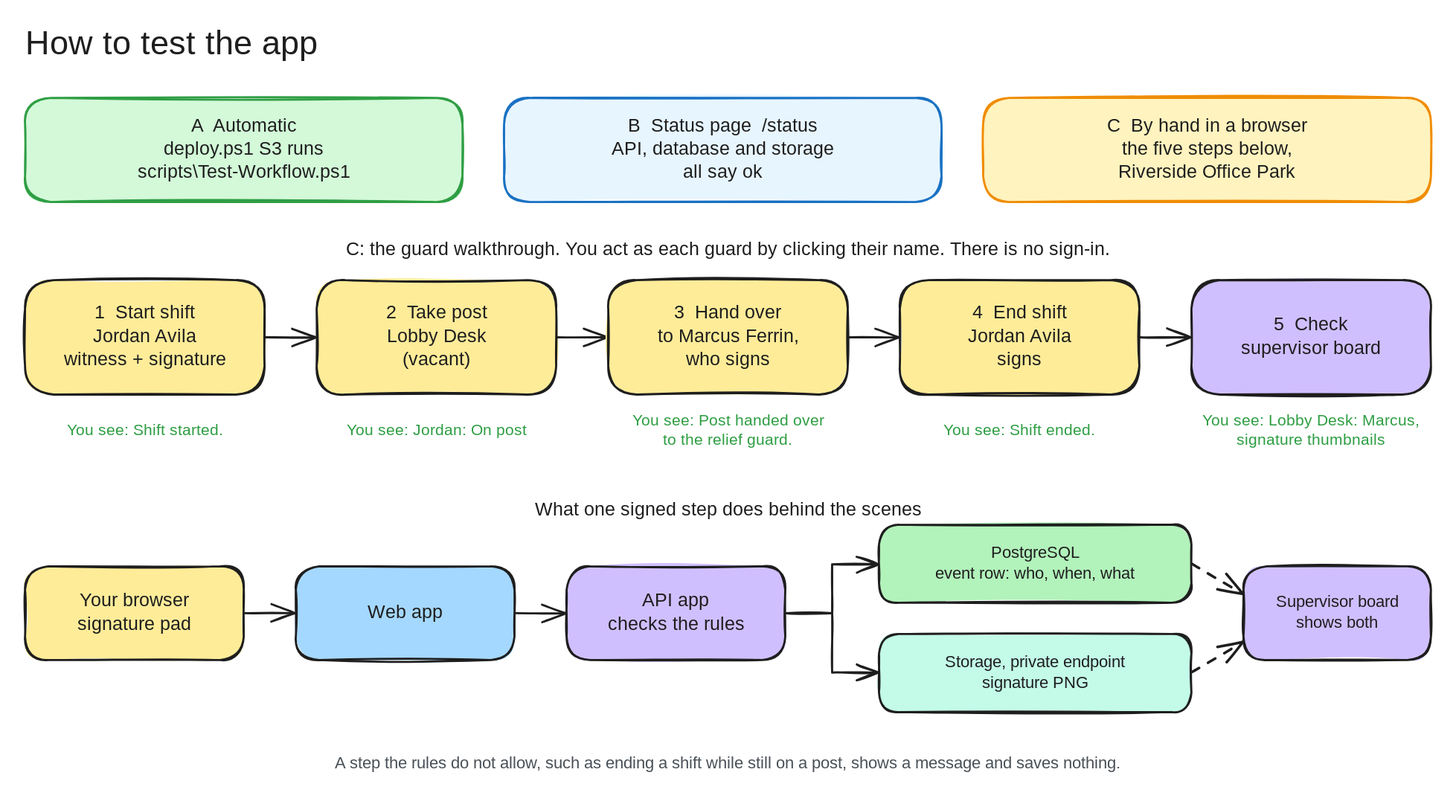
Above: docs/diagrams/test-flow.excalidraw.svg in lenvolk/guard-timekeeping (Excalidraw), before the change. Source tidied: one line per element, renumbered; positions are measured from the earlier drawing's top-left corner, leaving out a move shared by most shapes.
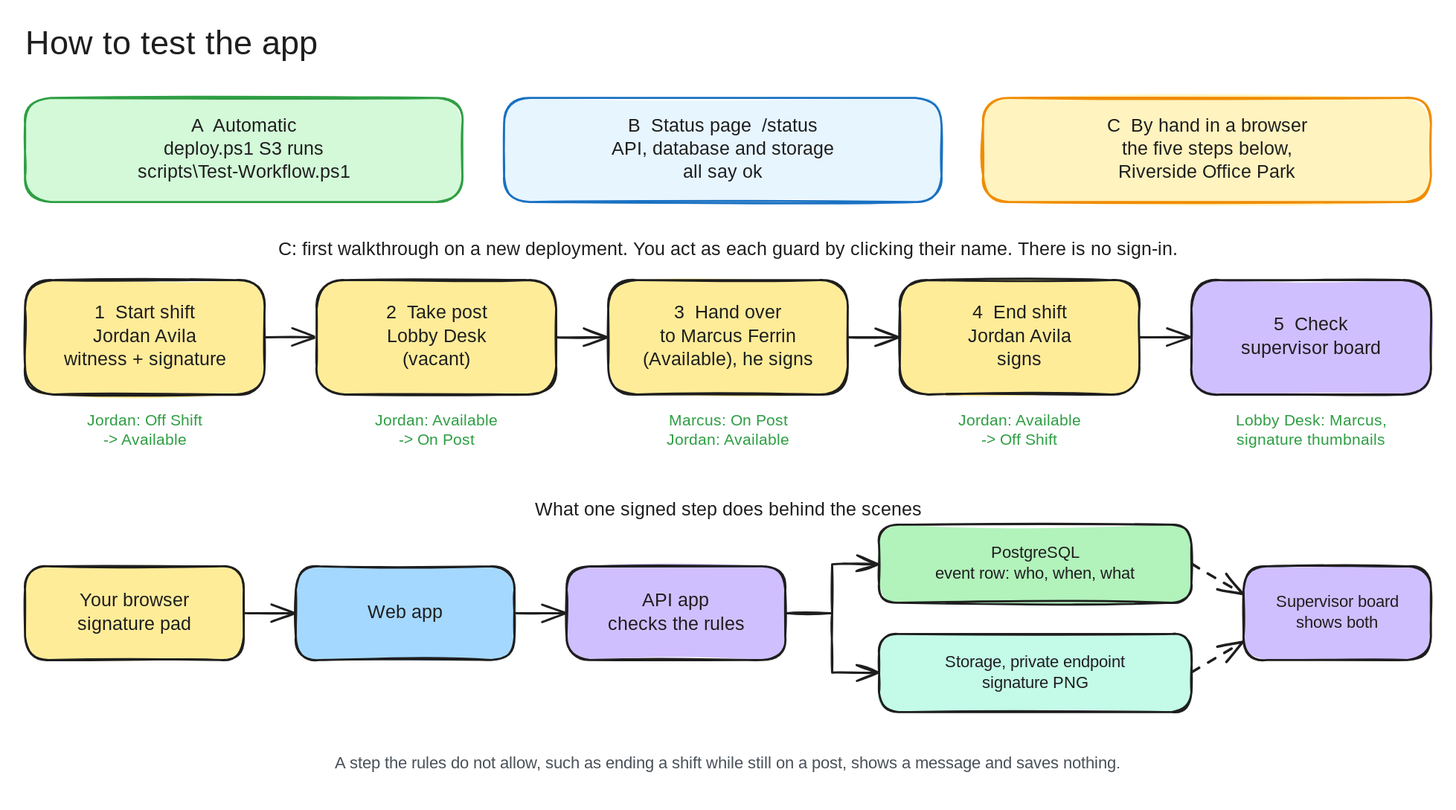
Later version of the same file.

Commit message:
refactor(diagrams): update shift process steps and captions for clarity

- Revised the descriptions in the shift process steps to better reflect the actions taken by the guards.
- Enhanced the caption for the guard walkthrough to specify that it is the first walkthrough on a new deployment.
- Simplified the display of the "You see" messages for each step.

Change to the diagram source:
```diff
@@ -34,17 +34,17 @@
 {"id": 33, "type": "text", "text": "A  Automatic\ndeploy.ps1 S3 runs\nscripts\\Test-Workflow.ps1", "strokeColor": "#1e1e1e", "strokeWidth": 2, "roughness": 1, "fontSize": 18, "fontFamily": 5, "textAlign": "center", "verticalAlign": "middle", "inside": 1, "x": 109, "y": 86, "width": 201, "height": 68}
 {"id": 34, "type": "text", "text": "B  Status page  /status\nAPI, database and storage\nall say ok", "strokeColor": "#1e1e1e", "strokeWidth": 2, "roughness": 1, "fontSize": 18, "fontFamily": 5, "textAlign": "center", "verticalAlign": "middle", "inside": 2, "x": 567, "y": 86, "width": 206, "height": 68}
 {"id": 35, "type": "text", "text": "C  By hand in a browser\nthe five steps below,\nRiverside Office Park", "strokeColor": "#1e1e1e", "strokeWidth": 2, "roughness": 1, "fontSize": 18, "fontFamily": 5, "textAlign": "center", "verticalAlign": "middle", "inside": 3, "x": 1041, "y": 86, "width": 187, "height": 68}
-{"id": 36, "type": "text", "text": "C: the guard walkthrough. You act as each guard by clicking their name. There is no sign-in.", "strokeColor": "#1e1e1e", "strokeWidth": 2, "roughness": 1, "fontSize": 18, "fontFamily": 5, "textAlign": "center", "verticalAlign": "middle", "inside": 4, "x": 314, "y": 205, "width": 721, "height": 22}
+{"id": 55, "type": "text", "text": "C: first walkthrough on a new deployment. You act as each guard by clicking their name. There is no sign-in.", "strokeColor": "#1e1e1e", "strokeWidth": 2, "roughness": 1, "fontSize": 18, "fontFamily": 5, "textAlign": "center", "verticalAlign": "middle", "inside": 4, "x": 249, "y": 205, "width": 852, "height": 22}
 {"id": 37, "type": "text", "text": "1  Start shift\nJordan Avila\nwitness + signature", "strokeColor": "#1e1e1e", "strokeWidth": 2, "roughness": 1, "fontSize": 18, "fontFamily": 5, "textAlign": "center", "verticalAlign": "middle", "inside": 5, "x": 38, "y": 266, "width": 154, "height": 68}
-{"id": 38, "type": "text", "text": "You see: Shift started.", "strokeColor": "#2f9e44", "strokeWidth": 2, "roughness": 1, "fontSize": 15, "fontFamily": 5, "textAlign": "center", "verticalAlign": "middle", "inside": 6, "x": 44, "y": 381, "width": 142, "height": 19}
+{"id": 56, "type": "text", "text": "Jordan: Off Shift\n-> Available", "strokeColor": "#2f9e44", "strokeWidth": 2, "roughness": 1, "fontSize": 15, "fontFamily": 5, "textAlign": "center", "verticalAlign": "middle", "inside": 6, "x": 62, "y": 371, "width": 106, "height": 38}
 {"id": 39, "type": "text", "text": "2  Take post\nLobby Desk\n(vacant)", "strokeColor": "#1e1e1e", "strokeWidth": 2, "roughness": 1, "fontSize": 18, "fontFamily": 5, "textAlign": "center", "verticalAlign": "middle", "inside": 8, "x": 348, "y": 266, "width": 94, "height": 68}
-{"id": 40, "type": "text", "text": "You see: Jordan: On post", "strokeColor": "#2f9e44", "strokeWidth": 2, "roughness": 1, "fontSize": 15, "fontFamily": 5, "textAlign": "center", "verticalAlign": "middle", "inside": 9, "x": 314, "y": 381, "width": 162, "height": 19}
-{"id": 41, "type": "text", "text": "3  Hand over\nto Marcus Ferrin,\nwho signs", "strokeColor": "#1e1e1e", "strokeWidth": 2, "roughness": 1, "fontSize": 18, "fontFamily": 5, "textAlign": "center", "verticalAlign": "middle", "inside": 11, "x": 608, "y": 266, "width": 133, "height": 68}
-{"id": 42, "type": "text", "text": "You see: Post handed over\nto the relief guard.", "strokeColor": "#2f9e44", "strokeWidth": 2, "roughness": 1, "fontSize": 15, "fontFamily": 5, "textAlign": "center", "verticalAlign": "middle", "inside": 12, "x": 588, "y": 371, "width": 173, "height": 38}
+{"id": 57, "type": "text", "text": "Jordan: Available\n-> On Post", "strokeColor": "#2f9e44", "strokeWidth": 2, "roughness": 1, "fontSize": 15, "fontFamily": 5, "textAlign": "center", "verticalAlign": "middle", "inside": 9, "x": 340, "y": 371, "width": 111, "height": 38}
+{"id": 58, "type": "text", "text": "3  Hand over\nto Marcus Ferrin\n(Available), he signs", "strokeColor": "#1e1e1e", "strokeWidth": 2, "roughness": 1, "fontSize": 18, "fontFamily": 5, "textAlign": "center", "verticalAlign": "middle", "inside": 11, "x": 597, "y": 266, "width": 156, "height": 68}
+{"id": 59, "type": "text", "text": "Marcus: On Post\nJordan: Available", "strokeColor": "#2f9e44", "strokeWidth": 2, "roughness": 1, "fontSize": 15, "fontFamily": 5, "textAlign": "center", "verticalAlign": "middle", "inside": 12, "x": 620, "y": 371, "width": 111, "height": 38}
 {"id": 43, "type": "text", "text": "4  End shift\nJordan Avila\nsigns", "strokeColor": "#1e1e1e", "strokeWidth": 2, "roughness": 1, "fontSize": 18, "fontFamily": 5, "textAlign": "center", "verticalAlign": "middle", "inside": 14, "x": 907, "y": 266, "width": 96, "height": 68}
-{"id": 44, "type": "text", "text": "You see: Shift ended.", "strokeColor": "#2f9e44", "strokeWidth": 2, "roughness": 1, "fontSize": 15, "fontFamily": 5, "textAlign": "center", "verticalAlign": "middle", "inside": 15, "x": 886, "y": 381, "width": 137, "height": 19}
+{"id": 60, "type": "text", "text": "Jordan: Available\n-> Off Shift", "strokeColor": "#2f9e44", "strokeWidth": 2, "roughness": 1, "fontSize": 15, "fontFamily": 5, "textAlign": "center", "verticalAlign": "middle", "inside": 15, "x": 900, "y": 371, "width": 111, "height": 38}
 {"id": 45, "type": "text", "text": "5  Check\nsupervisor board", "strokeColor": "#1e1e1e", "strokeWidth": 2, "roughness": 1, "fontSize": 18, "fontFamily": 5, "textAlign": "center", "verticalAlign": "middle", "inside": 17, "x": 1168, "y": 278, "width": 134, "height": 45}
-{"id": 46, "type": "text", "text": "You see: Lobby Desk: Marcus,\nsignature thumbnails", "strokeColor": "#2f9e44", "strokeWidth": 2, "roughness": 1, "fontSize": 15, "fontFamily": 5, "textAlign": "center", "verticalAlign": "middle", "inside": 18, "x": 1138, "y": 371, "width": 194, "height": 38}
+{"id": 61, "type": "text", "text": "Lobby Desk: Marcus,\nsignature thumbnails", "strokeColor": "#2f9e44", "strokeWidth": 2, "roughness": 1, "fontSize": 15, "fontFamily": 5, "textAlign": "center", "verticalAlign": "middle", "inside": 18, "x": 1165, "y": 371, "width": 139, "height": 38}
 {"id": 47, "type": "text", "text": "What one signed step does behind the scenes", "strokeColor": "#1e1e1e", "strokeWidth": 2, "roughness": 1, "fontSize": 18, "fontFamily": 5, "textAlign": "center", "verticalAlign": "middle", "inside": 19, "x": 492, "y": 455, "width": 365, "height": 22}
 {"id": 48, "type": "text", "text": "Your browser\nsignature pad", "strokeColor": "#1e1e1e", "strokeWidth": 2, "roughness": 1, "fontSize": 18, "fontFamily": 5, "textAlign": "center", "verticalAlign": "middle", "inside": 20, "x": 51, "y": 542, "width": 109, "height": 45}
 {"id": 49, "type": "text", "text": "Web app", "strokeColor": "#1e1e1e", "strokeWidth": 2, "roughness": 1, "fontSize": 18, "fontFamily": 5, "textAlign": "center", "verticalAlign": "middle", "inside": 21, "x": 329, "y": 554, "width": 72, "height": 22}
```
